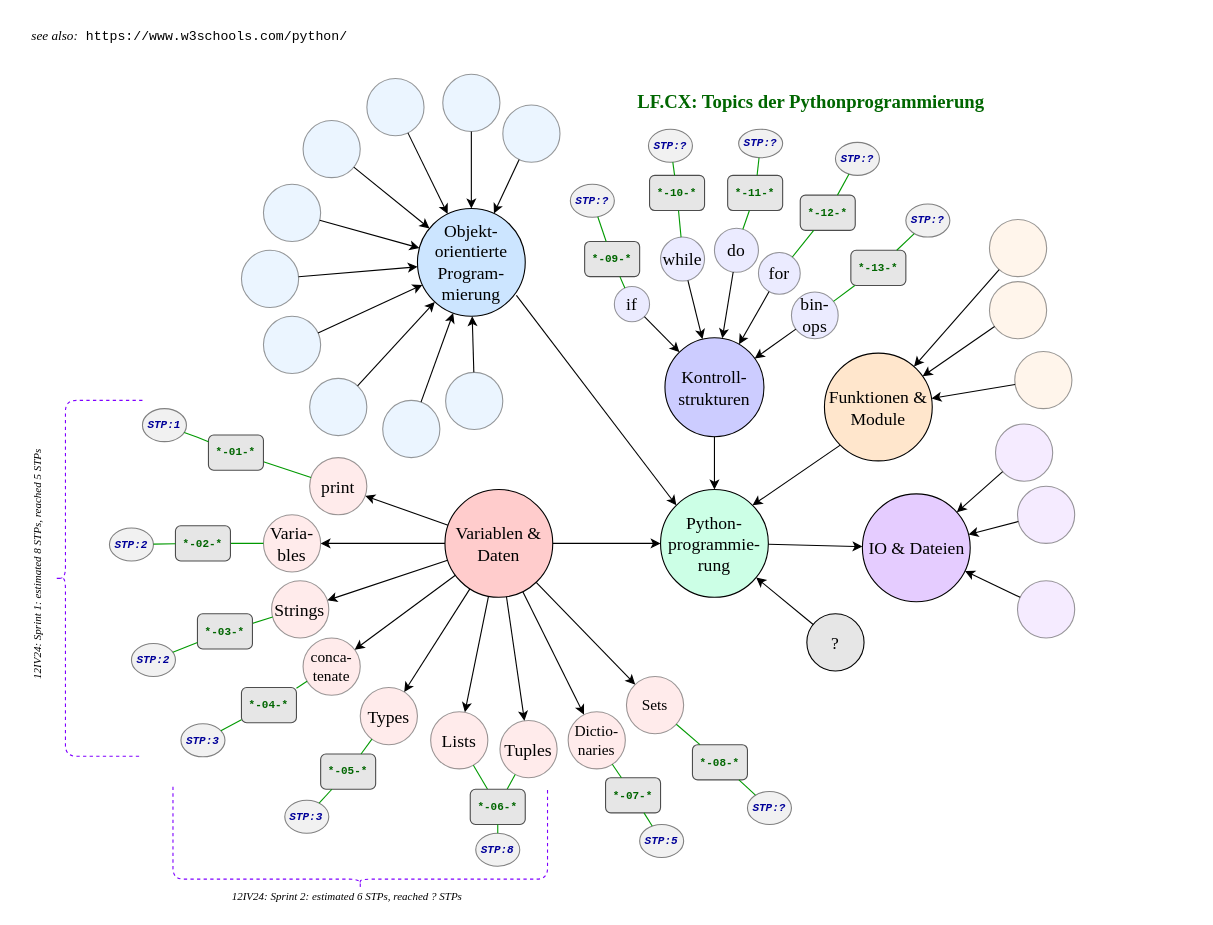
This is sources/lf.cx/img.lf/py2go-systematic.drawio from protirone/protico.ltx, a draw.io file, before an edit. Source tidied: cells renumbered, new cells numbered last; positions are measured from the earlier drawing's top-left corner, leaving out a move shared by most shapes. Both pictures are drawn from the tidied source at 110%, with x=0, y=0 at pixel (-111, 19).
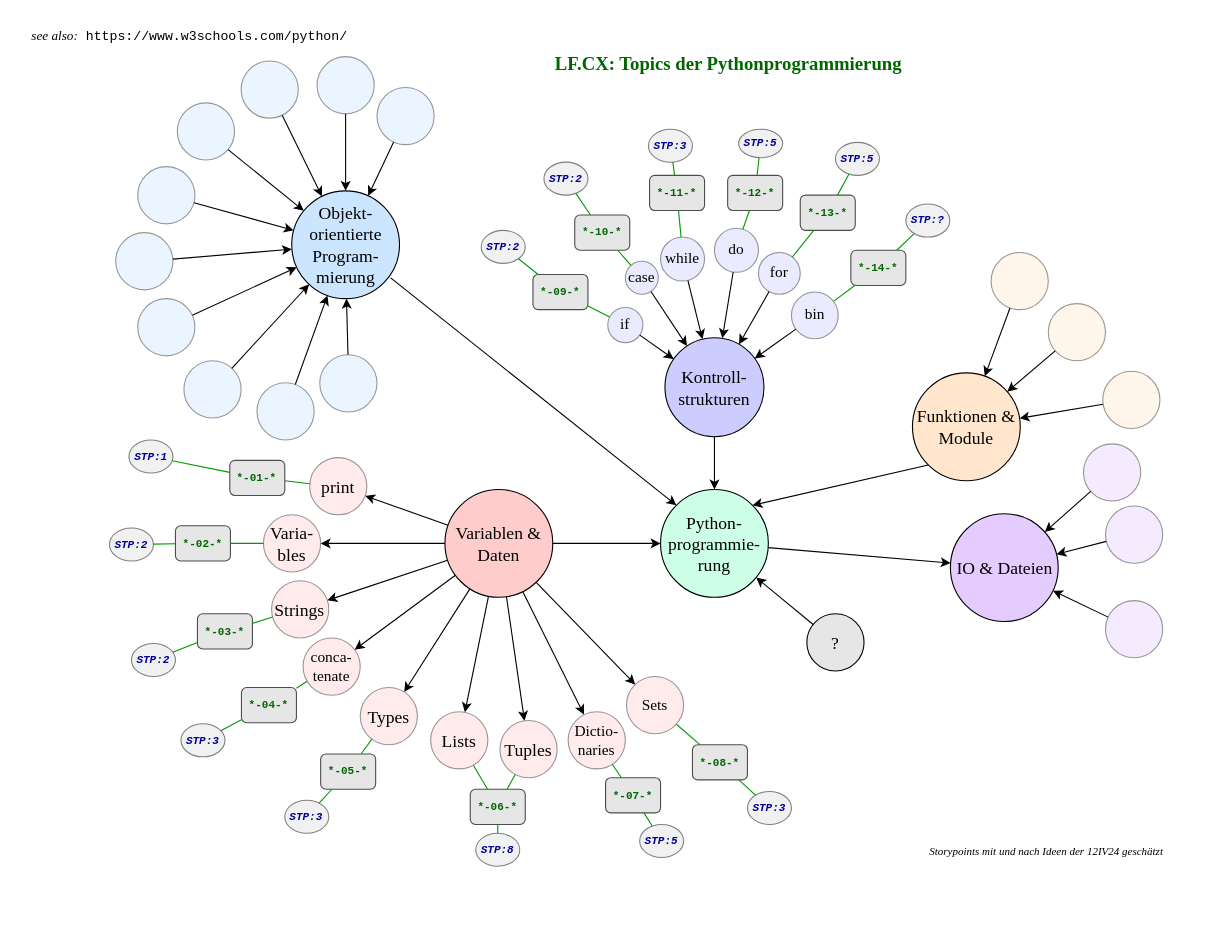
After the change.

The change refers to these unchanged cells:
```xml
<mxCell id="3" value="Kontroll-strukturen" style="ellipse;whiteSpace=wrap;html=1;shapeInside=1;fontFamily=Garamond;fontSize=16;fillColor=#CCCCFF;" parent="1" vertex="1">
  <mxGeometry x="705" y="289.5" width="90" height="90" as="geometry" />
</mxCell>
```

Diff of the diagram source:
```diff
@@
     <mxCell id="4" value="Objekt-orientierte Program-mierung" style="ellipse;whiteSpace=wrap;html=1;shapeInside=1;fontFamily=Garamond;fontSize=16;fillColor=#CCE5FF;" parent="1" vertex="1">
-      <mxGeometry x="480" y="172" width="98" height="98" as="geometry" />
+      <mxGeometry x="365.7" y="156" width="98" height="98" as="geometry" />
     </mxCell>
@@
     <mxCell id="6" value="Funktionen &amp;amp; Module" style="ellipse;whiteSpace=wrap;html=1;shapeInside=1;fontFamily=Garamond;fontSize=16;fillColor=#FFE6CC;" parent="1" vertex="1">
-      <mxGeometry x="850" y="303.5" width="98" height="98" as="geometry" />
+      <mxGeometry x="930" y="321.5" width="98" height="98" as="geometry" />
     </mxCell>
@@
-    <mxCell id="8" value="for" style="ellipse;whiteSpace=wrap;html=1;shapeInside=1;fontFamily=Garamond;fontSize=16;fillColor=#CCCCFF;opacity=40;" parent="1" vertex="1">
+    <mxCell id="8" value="for" style="ellipse;whiteSpace=wrap;html=1;shapeInside=1;fontFamily=Garamond;fontSize=14;fillColor=#CCCCFF;opacity=40;" parent="1" vertex="1">
       <mxGeometry x="790" y="212" width="38" height="38" as="geometry" />
     </mxCell>
     <mxCell id="9" value="&lt;div&gt;&lt;br/&gt;&lt;/div&gt;" style="ellipse;whiteSpace=wrap;html=1;shapeInside=1;fontFamily=Garamond;fontSize=16;fillColor=#CCE5FF;opacity=40;" parent="1" vertex="1">
-      <mxGeometry x="448.4" y="346.5" width="52" height="52" as="geometry" />
+      <mxGeometry x="334.1" y="330.5" width="52" height="52" as="geometry" />
     </mxCell>
     <mxCell id="10" value="&lt;br&gt;&lt;div&gt;&lt;br/&gt;&lt;/div&gt;" style="ellipse;whiteSpace=wrap;html=1;shapeInside=1;fontFamily=Garamond;fontSize=16;fillColor=#FFE6CC;opacity=40;" parent="1" vertex="1">
-      <mxGeometry x="1000" y="182" width="52" height="52" as="geometry" />
+      <mxGeometry x="1001.5" y="212" width="52" height="52" as="geometry" />
     </mxCell>
     <mxCell id="11" value="&lt;br&gt;&lt;div&gt;&lt;br/&gt;&lt;/div&gt;" style="ellipse;whiteSpace=wrap;html=1;shapeInside=1;fontFamily=Garamond;fontSize=16;fillColor=#FFE6CC;opacity=40;" parent="1" vertex="1">
-      <mxGeometry x="1000" y="238.5" width="52" height="52" as="geometry" />
+      <mxGeometry x="1053.5" y="258.5" width="52" height="52" as="geometry" />
     </mxCell>
@@
     <mxCell id="33" value="&lt;br&gt;&lt;div&gt;&lt;br/&gt;&lt;/div&gt;" style="ellipse;whiteSpace=wrap;html=1;shapeInside=1;fontFamily=Garamond;fontSize=16;fillColor=#FFE6CC;opacity=40;" parent="1" vertex="1">
-      <mxGeometry x="1023" y="302" width="52" height="52" as="geometry" />
+      <mxGeometry x="1103" y="320" width="52" height="52" as="geometry" />
     </mxCell>
@@
     <mxCell id="36" value="&lt;div&gt;&lt;br/&gt;&lt;/div&gt;" style="ellipse;whiteSpace=wrap;html=1;shapeInside=1;fontFamily=Garamond;fontSize=16;fillColor=#CCE5FF;opacity=40;" parent="1" vertex="1">
-      <mxGeometry x="382" y="326.5" width="52" height="52" as="geometry" />
+      <mxGeometry x="267.7" y="310.5" width="52" height="52" as="geometry" />
     </mxCell>
     <mxCell id="37" value="&lt;div&gt;&lt;br/&gt;&lt;/div&gt;" style="ellipse;whiteSpace=wrap;html=1;shapeInside=1;fontFamily=Garamond;fontSize=16;fillColor=#CCE5FF;opacity=40;" parent="1" vertex="1">
-      <mxGeometry x="340" y="270" width="52" height="52" as="geometry" />
+      <mxGeometry x="225.7" y="254" width="52" height="52" as="geometry" />
     </mxCell>
     <mxCell id="38" value="&lt;div&gt;&lt;br/&gt;&lt;/div&gt;" style="ellipse;whiteSpace=wrap;html=1;shapeInside=1;fontFamily=Garamond;fontSize=16;fillColor=#CCE5FF;opacity=40;" parent="1" vertex="1">
-      <mxGeometry x="340" y="150" width="52" height="52" as="geometry" />
+      <mxGeometry x="225.7" y="134" width="52" height="52" as="geometry" />
     </mxCell>
     <mxCell id="39" value="&lt;div&gt;&lt;br/&gt;&lt;/div&gt;" style="ellipse;whiteSpace=wrap;html=1;shapeInside=1;fontFamily=Garamond;fontSize=16;fillColor=#CCE5FF;opacity=40;" parent="1" vertex="1">
-      <mxGeometry x="320" y="210" width="52" height="52" as="geometry" />
+      <mxGeometry x="205.7" y="194" width="52" height="52" as="geometry" />
     </mxCell>
     <mxCell id="40" value="&lt;div&gt;&lt;br/&gt;&lt;/div&gt;" style="ellipse;whiteSpace=wrap;html=1;shapeInside=1;fontFamily=Garamond;fontSize=16;fillColor=#CCE5FF;opacity=40;" parent="1" vertex="1">
-      <mxGeometry x="376" y="92" width="52" height="52" as="geometry" />
+      <mxGeometry x="261.7" y="76" width="52" height="52" as="geometry" />
     </mxCell>
     <mxCell id="41" value="&lt;div&gt;&lt;br/&gt;&lt;/div&gt;" style="ellipse;whiteSpace=wrap;html=1;shapeInside=1;fontFamily=Garamond;fontSize=16;fillColor=#CCE5FF;opacity=40;" parent="1" vertex="1">
-      <mxGeometry x="434" y="53.9" width="52" height="52" as="geometry" />
+      <mxGeometry x="319.7" y="37.9" width="52" height="52" as="geometry" />
     </mxCell>
     <mxCell id="42" value="&lt;div&gt;&lt;br/&gt;&lt;/div&gt;" style="ellipse;whiteSpace=wrap;html=1;shapeInside=1;fontFamily=Garamond;fontSize=16;fillColor=#CCE5FF;opacity=40;" parent="1" vertex="1">
-      <mxGeometry x="503" y="50" width="52" height="52" as="geometry" />
+      <mxGeometry x="388.7" y="34" width="52" height="52" as="geometry" />
     </mxCell>
     <mxCell id="43" value="&lt;div&gt;&lt;br/&gt;&lt;/div&gt;" style="ellipse;whiteSpace=wrap;html=1;shapeInside=1;fontFamily=Garamond;fontSize=16;fillColor=#CCE5FF;opacity=40;" parent="1" vertex="1">
-      <mxGeometry x="557.6" y="78" width="52" height="52" as="geometry" />
+      <mxGeometry x="443.2" y="62" width="52" height="52" as="geometry" />
     </mxCell>
@@
     <mxCell id="56" value="&lt;div&gt;&lt;br/&gt;&lt;/div&gt;" style="ellipse;whiteSpace=wrap;html=1;shapeInside=1;fontFamily=Garamond;fontSize=16;fillColor=#CCE5FF;opacity=40;" parent="1" vertex="1">
-      <mxGeometry x="505.6" y="321" width="52" height="52" as="geometry" />
+      <mxGeometry x="391.2" y="305" width="52" height="52" as="geometry" />
     </mxCell>
@@
-    <mxCell id="58" value="if" style="ellipse;whiteSpace=wrap;html=1;shapeInside=1;fontFamily=Garamond;fontSize=16;fillColor=#CCCCFF;opacity=40;" parent="1" vertex="1">
-      <mxGeometry x="659" y="243" width="32" height="32" as="geometry" />
+    <mxCell id="58" value="if" style="ellipse;whiteSpace=wrap;html=1;shapeInside=1;fontFamily=Garamond;fontSize=14;fillColor=#CCCCFF;opacity=40;" parent="1" vertex="1">
+      <mxGeometry x="653" y="262" width="32" height="32" as="geometry" />
     </mxCell>
-    <mxCell id="59" value="while" style="ellipse;whiteSpace=wrap;html=1;shapeInside=1;fontFamily=Garamond;fontSize=16;fillColor=#CCCCFF;opacity=40;" parent="1" vertex="1">
+    <mxCell id="59" value="while" style="ellipse;whiteSpace=wrap;html=1;shapeInside=1;fontFamily=Garamond;fontSize=14;fillColor=#CCCCFF;opacity=40;" parent="1" vertex="1">
       <mxGeometry x="701" y="198" width="40" height="40" as="geometry" />
     </mxCell>
     <mxCell id="60" value="&lt;font style=&quot;font-size: 17px;&quot; face=&quot;Garamond&quot;&gt;&lt;b style=&quot;color: rgb(0, 102, 0);&quot;&gt;LF.CX: Topics der Pythonprogrammierung&lt;/b&gt;&lt;/font&gt;" style="text;html=1;whiteSpace=wrap;strokeColor=none;fillColor=none;align=center;verticalAlign=middle;rounded=0;" parent="1" vertex="1">
-      <mxGeometry x="653" y="64" width="370" height="24" as="geometry" />
+      <mxGeometry x="578" y="30" width="370" height="24" as="geometry" />
     </mxCell>
@@
     <mxCell id="66" value="IO &amp;amp; Dateien" style="ellipse;whiteSpace=wrap;html=1;shapeInside=1;fontFamily=Garamond;fontSize=16;fillColor=#E5CCFF;" parent="1" vertex="1">
-      <mxGeometry x="884.5" y="431.5" width="98" height="98" as="geometry" />
+      <mxGeometry x="964.5" y="449.5" width="98" height="98" as="geometry" />
     </mxCell>
     <mxCell id="67" value="&lt;br&gt;&lt;div&gt;&lt;br/&gt;&lt;/div&gt;" style="ellipse;whiteSpace=wrap;html=1;shapeInside=1;fontFamily=Garamond;fontSize=16;fillColor=#E5CCFF;opacity=40;" parent="1" vertex="1">
-      <mxGeometry x="1005.5" y="368" width="52" height="52" as="geometry" />
+      <mxGeometry x="1085.5" y="386" width="52" height="52" as="geometry" />
     </mxCell>
     <mxCell id="68" value="&lt;br&gt;&lt;div&gt;&lt;br/&gt;&lt;/div&gt;" style="ellipse;whiteSpace=wrap;html=1;shapeInside=1;fontFamily=Garamond;fontSize=16;fillColor=#E5CCFF;opacity=40;" parent="1" vertex="1">
-      <mxGeometry x="1025.5" y="424.5" width="52" height="52" as="geometry" />
+      <mxGeometry x="1105.5" y="442.5" width="52" height="52" as="geometry" />
     </mxCell>
@@
     <mxCell id="71" value="&lt;br&gt;&lt;div&gt;&lt;br/&gt;&lt;/div&gt;" style="ellipse;whiteSpace=wrap;html=1;shapeInside=1;fontFamily=Garamond;fontSize=16;fillColor=#E5CCFF;opacity=40;" parent="1" vertex="1">
-      <mxGeometry x="1025.5" y="510.5" width="52" height="52" as="geometry" />
+      <mxGeometry x="1105.5" y="528.5" width="52" height="52" as="geometry" />
     </mxCell>
@@
     <mxCell id="81" value="&lt;font style=&quot;color: rgb(0, 102, 0);&quot;&gt;&lt;b&gt;*-01-*&lt;/b&gt;&lt;/font&gt;" style="rounded=1;whiteSpace=wrap;html=1;fontFamily=Courier New;fontSize=10;fillColor=#E6E6E6;strokeColor=#4D4D4D;" parent="1" vertex="1">
-      <mxGeometry x="290" y="378" width="50" height="32" as="geometry" />
+      <mxGeometry x="309.4" y="401" width="50" height="32" as="geometry" />
     </mxCell>
     <mxCell id="82" value="&lt;b&gt;&lt;font style=&quot;color: rgb(0, 0, 153);&quot;&gt;&lt;i&gt;STP:1&lt;/i&gt;&lt;/font&gt;&lt;/b&gt;" style="ellipse;whiteSpace=wrap;html=1;fillColor=#F1F1F1;fontFamily=Courier New;fontSize=10;fontColor=#0000CC;strokeColor=#808080;" parent="1" vertex="1">
-      <mxGeometry x="230" y="354" width="40" height="30" as="geometry" />
+      <mxGeometry x="217.7" y="382.5" width="40" height="30" as="geometry" />
     </mxCell>
     <mxCell id="83" style="endArrow=none;html=1;rounded=0;strokeColor=#009900;" parent="1" edge="1" source="81" target="82">
-      <mxGeometry relative="1" as="geometry">
-        <Array as="points">
-          <mxPoint x="280" y="380" />
-        </Array>
-      </mxGeometry>
+      <mxGeometry relative="1" as="geometry" />
     </mxCell>
@@
-    <mxCell id="102" style="shape=curlyBracket;whiteSpace=wrap;html=1;rounded=1;labelPosition=left;verticalLabelPosition=middle;align=right;verticalAlign=middle;size=0.125;dashed=1;strokeColor=#7F00FF;" parent="1" vertex="1">
-      <mxGeometry x="150" y="346.5" width="80" height="323.5" as="geometry" />
-    </mxCell>
-    <mxCell id="103" value="&lt;font style=&quot;font-size: 10px;&quot; face=&quot;Garamond&quot;&gt;&lt;i style=&quot;&quot;&gt;12IV24: Sprint 1: estimated 8 STPs, reached 5 STPs&amp;nbsp;&lt;/i&gt;&lt;/font&gt;" style="text;html=1;align=center;verticalAlign=middle;whiteSpace=wrap;rounded=0;rotation=-90;" parent="1" vertex="1">
-      <mxGeometry y="478.2" width="270" height="32.2" as="geometry" />
+    <mxCell id="103" value="&lt;font style=&quot;font-size: 10px;&quot; face=&quot;Garamond&quot;&gt;&lt;i style=&quot;&quot;&gt;Storypoints mit und nach Ideen der 12IV24 geschätzt&lt;/i&gt;&lt;/font&gt;" style="text;html=1;align=center;verticalAlign=middle;whiteSpace=wrap;rounded=0;rotation=0;" parent="1" vertex="1">
+      <mxGeometry x="916.5" y="740" width="270" height="32.2" as="geometry" />
     </mxCell>
-    <mxCell id="104" style="shape=curlyBracket;whiteSpace=wrap;html=1;rounded=1;labelPosition=left;verticalLabelPosition=middle;align=right;verticalAlign=middle;rotation=-90;size=0.08695652173913043;strokeColor=#7F00FF;dashed=1;" parent="1" vertex="1">
-      <mxGeometry x="382" y="573.5" width="92" height="340.5" as="geometry" />
-    </mxCell>
-    <mxCell id="105" value="&lt;font style=&quot;font-size: 10px;&quot; face=&quot;Garamond&quot;&gt;&lt;i style=&quot;&quot;&gt;12IV24: Sprint 2: estimated 6 STPs, reached ? STPs&amp;nbsp;&lt;/i&gt;&lt;/font&gt;" style="text;html=1;align=center;verticalAlign=middle;whiteSpace=wrap;rounded=0;rotation=0;" parent="1" vertex="1">
-      <mxGeometry x="284.5" y="787" width="265" height="20" as="geometry" />
-    </mxCell>
@@
-    <mxCell id="109" value="&lt;b&gt;&lt;font style=&quot;color: rgb(0, 0, 153);&quot;&gt;&lt;i&gt;STP:?&lt;/i&gt;&lt;/font&gt;&lt;/b&gt;" style="ellipse;whiteSpace=wrap;html=1;fillColor=#F1F1F1;fontFamily=Courier New;fontSize=10;fontColor=#0000CC;strokeColor=#808080;" parent="1" vertex="1">
+    <mxCell id="109" value="&lt;b&gt;&lt;font style=&quot;color: rgb(0, 0, 153);&quot;&gt;&lt;i&gt;STP:3&lt;/i&gt;&lt;/font&gt;&lt;/b&gt;" style="ellipse;whiteSpace=wrap;html=1;fillColor=#F1F1F1;fontFamily=Courier New;fontSize=10;fontColor=#0000CC;strokeColor=#808080;" parent="1" vertex="1">
       <mxGeometry x="780" y="702" width="40" height="30" as="geometry" />
     </mxCell>
@@
-    <mxCell id="111" value="bin-ops" style="ellipse;whiteSpace=wrap;html=1;shapeInside=1;fontFamily=Garamond;fontSize=16;fillColor=#CCCCFF;opacity=40;" parent="1" vertex="1">
+    <mxCell id="111" value="bin" style="ellipse;whiteSpace=wrap;html=1;shapeInside=1;fontFamily=Garamond;fontSize=14;fillColor=#CCCCFF;opacity=40;" parent="1" vertex="1">
       <mxGeometry x="820" y="248" width="42.5" height="42.5" as="geometry" />
     </mxCell>
@@
     <mxCell id="113" value="&lt;font style=&quot;color: rgb(0, 102, 0);&quot;&gt;&lt;b&gt;*-09-*&lt;/b&gt;&lt;/font&gt;" style="rounded=1;whiteSpace=wrap;html=1;fontFamily=Courier New;fontSize=10;fillColor=#E6E6E6;strokeColor=#4D4D4D;" parent="1" vertex="1">
-      <mxGeometry x="632" y="202" width="50" height="32" as="geometry" />
+      <mxGeometry x="585" y="232" width="50" height="32" as="geometry" />
     </mxCell>
-    <mxCell id="114" value="&lt;b&gt;&lt;font style=&quot;color: rgb(0, 0, 153);&quot;&gt;&lt;i&gt;STP:?&lt;/i&gt;&lt;/font&gt;&lt;/b&gt;" style="ellipse;whiteSpace=wrap;html=1;fillColor=#F1F1F1;fontFamily=Courier New;fontSize=10;fontColor=#0000CC;strokeColor=#808080;" parent="1" vertex="1">
-      <mxGeometry x="619" y="150" width="40" height="30" as="geometry" />
+    <mxCell id="114" value="&lt;b&gt;&lt;font style=&quot;color: rgb(0, 0, 153);&quot;&gt;&lt;i&gt;STP:2&lt;/i&gt;&lt;/font&gt;&lt;/b&gt;" style="ellipse;whiteSpace=wrap;html=1;fillColor=#F1F1F1;fontFamily=Courier New;fontSize=10;fontColor=#0000CC;strokeColor=#808080;" parent="1" vertex="1">
+      <mxGeometry x="538" y="191.9" width="40" height="30" as="geometry" />
     </mxCell>
@@
-    <mxCell id="117" value="do" style="ellipse;whiteSpace=wrap;html=1;shapeInside=1;fontFamily=Garamond;fontSize=16;fillColor=#CCCCFF;opacity=40;" parent="1" vertex="1">
+    <mxCell id="117" value="do" style="ellipse;whiteSpace=wrap;html=1;shapeInside=1;fontFamily=Garamond;fontSize=14;fillColor=#CCCCFF;opacity=40;" parent="1" vertex="1">
       <mxGeometry x="750" y="190" width="40" height="40" as="geometry" />
     </mxCell>
@@
-    <mxCell id="119" value="&lt;font style=&quot;color: rgb(0, 102, 0);&quot;&gt;&lt;b&gt;*-13-*&lt;/b&gt;&lt;/font&gt;" style="rounded=1;whiteSpace=wrap;html=1;fontFamily=Courier New;fontSize=10;fillColor=#E6E6E6;strokeColor=#4D4D4D;" parent="1" vertex="1">
+    <mxCell id="119" value="&lt;font style=&quot;color: rgb(0, 102, 0);&quot;&gt;&lt;b&gt;*-14-*&lt;/b&gt;&lt;/font&gt;" style="rounded=1;whiteSpace=wrap;html=1;fontFamily=Courier New;fontSize=10;fillColor=#E6E6E6;strokeColor=#4D4D4D;" parent="1" vertex="1">
       <mxGeometry x="874" y="210" width="50" height="32" as="geometry" />
     </mxCell>
@@
-    <mxCell id="123" value="&lt;font style=&quot;color: rgb(0, 102, 0);&quot;&gt;&lt;b&gt;*-10-*&lt;/b&gt;&lt;/font&gt;" style="rounded=1;whiteSpace=wrap;html=1;fontFamily=Courier New;fontSize=10;fillColor=#E6E6E6;strokeColor=#4D4D4D;" parent="1" vertex="1">
+    <mxCell id="123" value="&lt;font style=&quot;color: rgb(0, 102, 0);&quot;&gt;&lt;b&gt;*-11-*&lt;/b&gt;&lt;/font&gt;" style="rounded=1;whiteSpace=wrap;html=1;fontFamily=Courier New;fontSize=10;fillColor=#E6E6E6;strokeColor=#4D4D4D;" parent="1" vertex="1">
       <mxGeometry x="691" y="141.9" width="50" height="32" as="geometry" />
     </mxCell>
-    <mxCell id="124" value="&lt;b&gt;&lt;font style=&quot;color: rgb(0, 0, 153);&quot;&gt;&lt;i&gt;STP:?&lt;/i&gt;&lt;/font&gt;&lt;/b&gt;" style="ellipse;whiteSpace=wrap;html=1;fillColor=#F1F1F1;fontFamily=Courier New;fontSize=10;fontColor=#0000CC;strokeColor=#808080;" parent="1" vertex="1">
+    <mxCell id="124" value="&lt;b&gt;&lt;font style=&quot;color: rgb(0, 0, 153);&quot;&gt;&lt;i&gt;STP:3&lt;/i&gt;&lt;/font&gt;&lt;/b&gt;" style="ellipse;whiteSpace=wrap;html=1;fillColor=#F1F1F1;fontFamily=Courier New;fontSize=10;fontColor=#0000CC;strokeColor=#808080;" parent="1" vertex="1">
       <mxGeometry x="690" y="100" width="40" height="30" as="geometry" />
     </mxCell>
@@
-    <mxCell id="126" value="&lt;font style=&quot;color: rgb(0, 102, 0);&quot;&gt;&lt;b&gt;*-11-*&lt;/b&gt;&lt;/font&gt;" style="rounded=1;whiteSpace=wrap;html=1;fontFamily=Courier New;fontSize=10;fillColor=#E6E6E6;strokeColor=#4D4D4D;" parent="1" vertex="1">
+    <mxCell id="126" value="&lt;font style=&quot;color: rgb(0, 102, 0);&quot;&gt;&lt;b&gt;*-12-*&lt;/b&gt;&lt;/font&gt;" style="rounded=1;whiteSpace=wrap;html=1;fontFamily=Courier New;fontSize=10;fillColor=#E6E6E6;strokeColor=#4D4D4D;" parent="1" vertex="1">
       <mxGeometry x="762" y="141.9" width="50" height="32" as="geometry" />
     </mxCell>
-    <mxCell id="127" value="&lt;b&gt;&lt;font style=&quot;color: rgb(0, 0, 153);&quot;&gt;&lt;i&gt;STP:?&lt;/i&gt;&lt;/font&gt;&lt;/b&gt;" style="ellipse;whiteSpace=wrap;html=1;fillColor=#F1F1F1;fontFamily=Courier New;fontSize=10;fontColor=#0000CC;strokeColor=#808080;" parent="1" vertex="1">
+    <mxCell id="127" value="&lt;b&gt;&lt;font style=&quot;color: rgb(0, 0, 153);&quot;&gt;&lt;i&gt;STP:5&lt;/i&gt;&lt;/font&gt;&lt;/b&gt;" style="ellipse;whiteSpace=wrap;html=1;fillColor=#F1F1F1;fontFamily=Courier New;fontSize=10;fontColor=#0000CC;strokeColor=#808080;" parent="1" vertex="1">
       <mxGeometry x="772" y="100" width="40" height="25.9" as="geometry" />
     </mxCell>
@@
-    <mxCell id="129" value="&lt;font style=&quot;color: rgb(0, 102, 0);&quot;&gt;&lt;b&gt;*-12-*&lt;/b&gt;&lt;/font&gt;" style="rounded=1;whiteSpace=wrap;html=1;fontFamily=Courier New;fontSize=10;fillColor=#E6E6E6;strokeColor=#4D4D4D;" parent="1" vertex="1">
+    <mxCell id="129" value="&lt;font style=&quot;color: rgb(0, 102, 0);&quot;&gt;&lt;b&gt;*-13-*&lt;/b&gt;&lt;/font&gt;" style="rounded=1;whiteSpace=wrap;html=1;fontFamily=Courier New;fontSize=10;fillColor=#E6E6E6;strokeColor=#4D4D4D;" parent="1" vertex="1">
       <mxGeometry x="828" y="159.9" width="50" height="32" as="geometry" />
     </mxCell>
-    <mxCell id="130" value="&lt;b&gt;&lt;font style=&quot;color: rgb(0, 0, 153);&quot;&gt;&lt;i&gt;STP:?&lt;/i&gt;&lt;/font&gt;&lt;/b&gt;" style="ellipse;whiteSpace=wrap;html=1;fillColor=#F1F1F1;fontFamily=Courier New;fontSize=10;fontColor=#0000CC;strokeColor=#808080;" parent="1" vertex="1">
+    <mxCell id="130" value="&lt;b&gt;&lt;font style=&quot;color: rgb(0, 0, 153);&quot;&gt;&lt;i&gt;STP:5&lt;/i&gt;&lt;/font&gt;&lt;/b&gt;" style="ellipse;whiteSpace=wrap;html=1;fillColor=#F1F1F1;fontFamily=Courier New;fontSize=10;fontColor=#0000CC;strokeColor=#808080;" parent="1" vertex="1">
       <mxGeometry x="860" y="111.9" width="40" height="30" as="geometry" />
     </mxCell>
@@
+    <mxCell id="135" value="case" style="ellipse;whiteSpace=wrap;html=1;shapeInside=1;fontFamily=Garamond;fontSize=14;fillColor=#CCCCFF;opacity=40;" parent="1" vertex="1">
+      <mxGeometry x="669" y="220" width="30" height="30" as="geometry" />
+    </mxCell>
+    <mxCell id="136" style="endArrow=classic;html=1;rounded=0;" parent="1" edge="1" source="135" target="3">
+      <mxGeometry relative="1" as="geometry" />
+    </mxCell>
+    <mxCell id="137" value="&lt;font style=&quot;color: rgb(0, 102, 0);&quot;&gt;&lt;b&gt;*-10-*&lt;/b&gt;&lt;/font&gt;" style="rounded=1;whiteSpace=wrap;html=1;fontFamily=Courier New;fontSize=10;fillColor=#E6E6E6;strokeColor=#4D4D4D;" parent="1" vertex="1">
+      <mxGeometry x="623" y="178" width="50" height="32" as="geometry" />
+    </mxCell>
+    <mxCell id="138" style="endArrow=none;html=1;rounded=0;strokeColor=#009900;" parent="1" edge="1" source="137" target="135">
+      <mxGeometry relative="1" as="geometry" />
+    </mxCell>
+    <mxCell id="139" value="&lt;b&gt;&lt;font style=&quot;color: rgb(0, 0, 153);&quot;&gt;&lt;i&gt;STP:2&lt;/i&gt;&lt;/font&gt;&lt;/b&gt;" style="ellipse;whiteSpace=wrap;html=1;fillColor=#F1F1F1;fontFamily=Courier New;fontSize=10;fontColor=#0000CC;strokeColor=#808080;" parent="1" vertex="1">
+      <mxGeometry x="595" y="129.9" width="40" height="30" as="geometry" />
+    </mxCell>
+    <mxCell id="140" style="endArrow=none;html=1;rounded=0;strokeColor=#009900;" parent="1" edge="1" source="137" target="139">
+      <mxGeometry relative="1" as="geometry" />
+    </mxCell>
```
